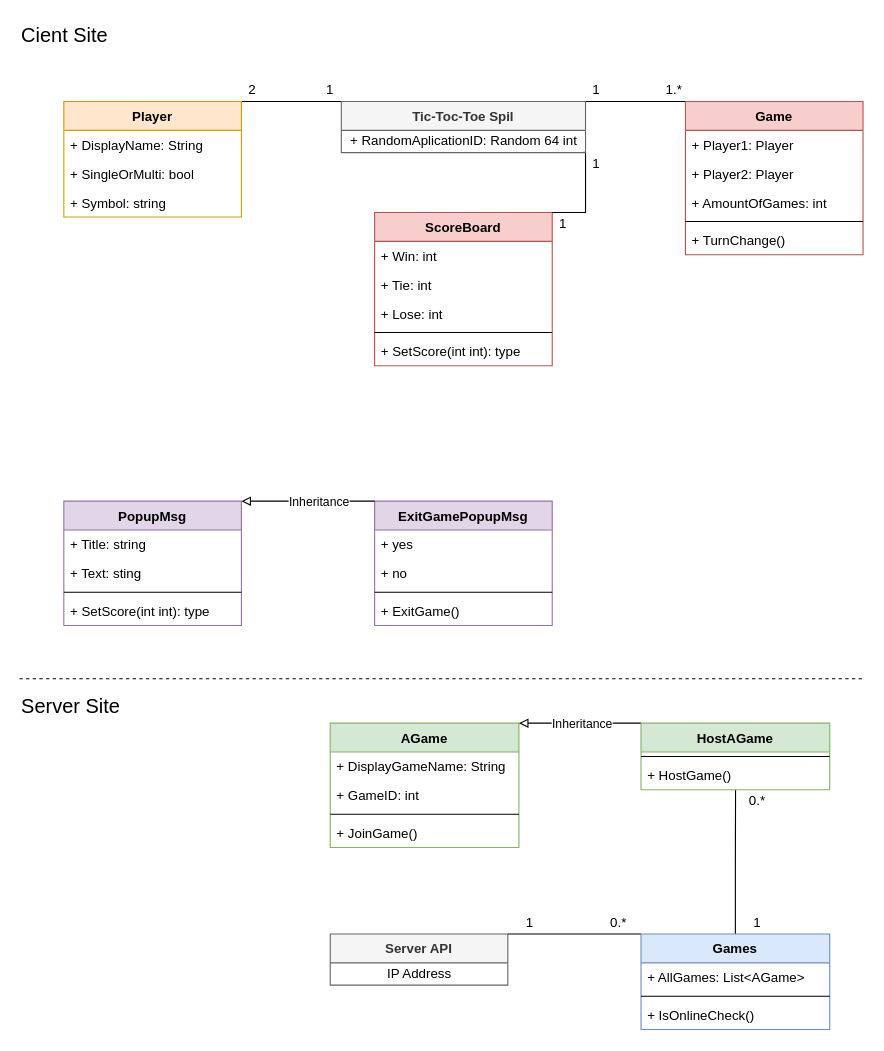
Earlier version of the draw.io diagram Documentation/Diagrams/Class Diagram/Tic-Tac-Toe - Class Diagram.drawio (Moonshine42tech/Tic-Tac-Toe). Source tidied: cells renumbered, new cells numbered last; positions are measured from the earlier drawing's top-left corner, leaving out a move shared by most shapes. Both pictures are drawn from the tidied source at 111%, with x=0, y=0 at pixel (19, 19).
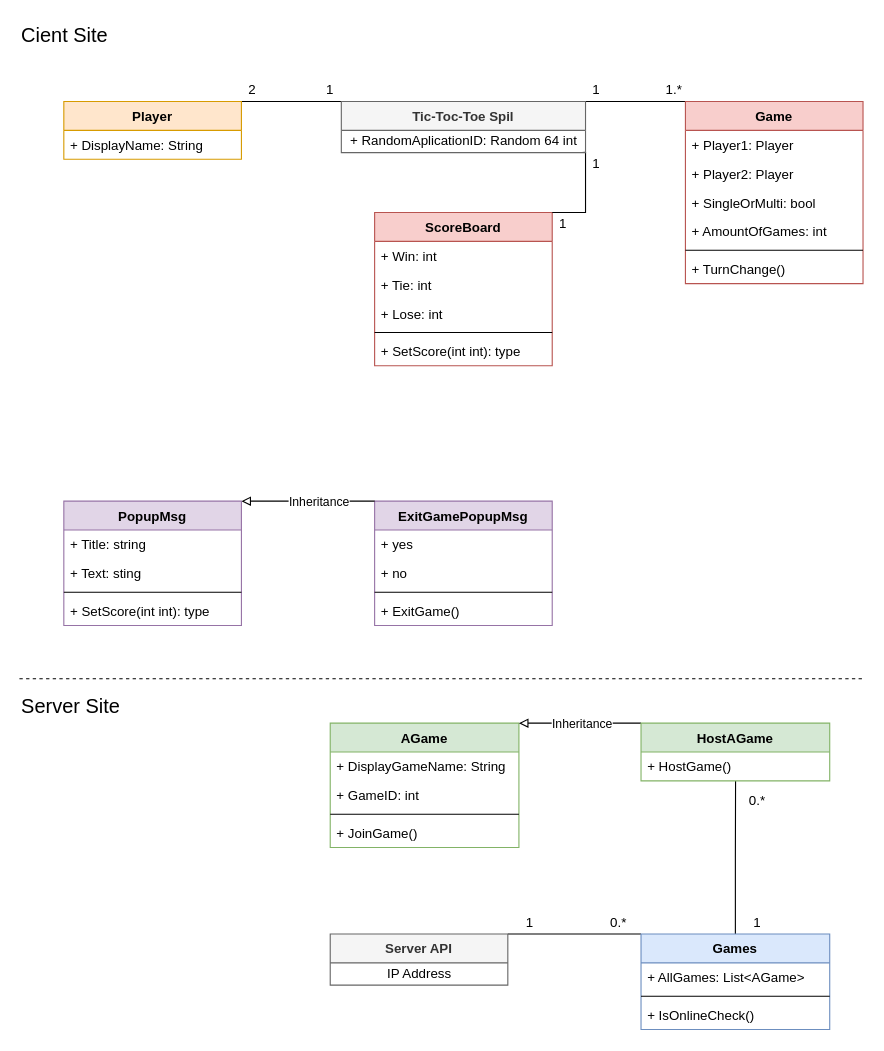
The same page after the edit.

Change to the diagram source:
```diff
@@
     <mxCell id="16" value="Player" style="swimlane;fontStyle=1;align=center;verticalAlign=top;horizontal=1;startSize=26;fillColor=#ffe6cc;strokeColor=#d79b00;" parent="1" vertex="1">
-      <mxGeometry x="40" y="74" width="160" height="104" as="geometry" />
+      <mxGeometry x="40" y="74" width="160" height="52" as="geometry" />
     </mxCell>
@@
-    <mxCell id="18" value="+ SingleOrMulti: bool" style="text;strokeColor=none;fillColor=none;align=left;verticalAlign=top;spacingLeft=4;spacingRight=4;overflow=hidden;" parent="16" vertex="1">
-      <mxGeometry y="52" width="160" height="26" as="geometry" />
-    </mxCell>
-    <mxCell id="19" value="+ Symbol: string" style="text;strokeColor=none;fillColor=none;align=left;verticalAlign=top;spacingLeft=4;spacingRight=4;overflow=hidden;" parent="16" vertex="1">
-      <mxGeometry y="78" width="160" height="26" as="geometry" />
-    </mxCell>
@@
     <mxCell id="26" value="Game" style="swimlane;fontStyle=1;align=center;verticalAlign=top;horizontal=1;startSize=26;fillColor=#f8cecc;strokeColor=#b85450;" parent="1" vertex="1">
-      <mxGeometry x="600" y="74" width="160" height="138" as="geometry" />
+      <mxGeometry x="600" y="74" width="160" height="164" as="geometry" />
     </mxCell>
@@
+    <mxCell id="18" value="+ SingleOrMulti: bool" style="text;strokeColor=none;fillColor=none;align=left;verticalAlign=top;spacingLeft=4;spacingRight=4;overflow=hidden;" parent="26" vertex="1">
+      <mxGeometry y="78" width="160" height="26" as="geometry" />
+    </mxCell>
     <mxCell id="29" value="+ AmountOfGames: int" style="text;strokeColor=none;fillColor=none;align=left;verticalAlign=top;spacingLeft=4;spacingRight=4;overflow=hidden;" parent="26" vertex="1">
-      <mxGeometry y="78" width="160" height="26" as="geometry" />
+      <mxGeometry y="104" width="160" height="26" as="geometry" />
     </mxCell>
     <mxCell id="30" style="line;strokeWidth=1;fillColor=none;align=left;verticalAlign=middle;spacingTop=-1;spacingLeft=3;spacingRight=3;labelPosition=right;" parent="26" vertex="1">
-      <mxGeometry y="104" width="160" height="8" as="geometry" />
+      <mxGeometry y="130" width="160" height="8" as="geometry" />
     </mxCell>
     <mxCell id="31" value="+ TurnChange()" style="text;strokeColor=none;fillColor=none;align=left;verticalAlign=top;spacingLeft=4;spacingRight=4;overflow=hidden;" parent="26" vertex="1">
-      <mxGeometry y="112" width="160" height="26" as="geometry" />
+      <mxGeometry y="138" width="160" height="26" as="geometry" />
     </mxCell>
@@
     <mxCell id="58" value="HostAGame" style="swimlane;fontStyle=1;align=center;verticalAlign=top;horizontal=1;startSize=26;fillColor=#d5e8d4;strokeColor=#82b366;" parent="1" vertex="1">
-      <mxGeometry x="560" y="634" width="170" height="60" as="geometry" />
+      <mxGeometry x="560" y="634" width="170" height="52" as="geometry" />
     </mxCell>
-    <mxCell id="59" style="line;strokeWidth=1;fillColor=none;align=left;verticalAlign=middle;spacingTop=-1;spacingLeft=3;spacingRight=3;labelPosition=right;" parent="58" vertex="1">
-      <mxGeometry y="26" width="170" height="8" as="geometry" />
-    </mxCell>
     <mxCell id="60" value="+ HostGame()" style="text;strokeColor=none;fillColor=none;align=left;verticalAlign=top;spacingLeft=4;spacingRight=4;overflow=hidden;points=[[0,0.5],[1,0.5]];portConstraint=eastwest;" parent="58" vertex="1">
-      <mxGeometry y="34" width="170" height="26" as="geometry" />
+      <mxGeometry y="26" width="170" height="26" as="geometry" />
     </mxCell>
```
